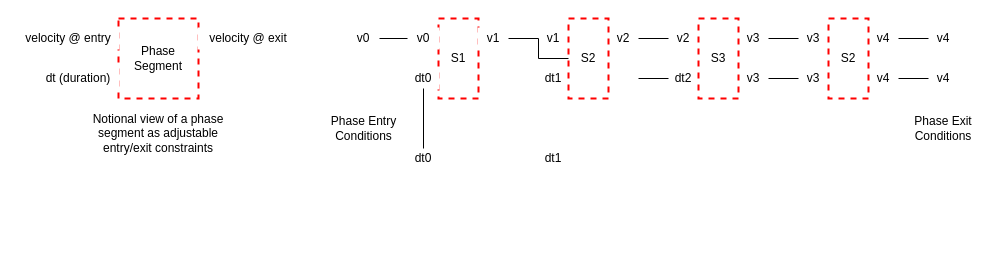
Before: page "Page-2" (2 of 3) of case_studies/mars_entry_descent_landing/figures/segment-contracts.drawio in pacti-org/pacti, a draw.io diagram. Source tidied: cells renumbered, new cells numbered last; positions are measured from the earlier drawing's top-left corner, leaving out a move shared by most shapes. Both pictures are drawn from the tidied source at 100%, with x=0, y=0 at pixel (18, -42).
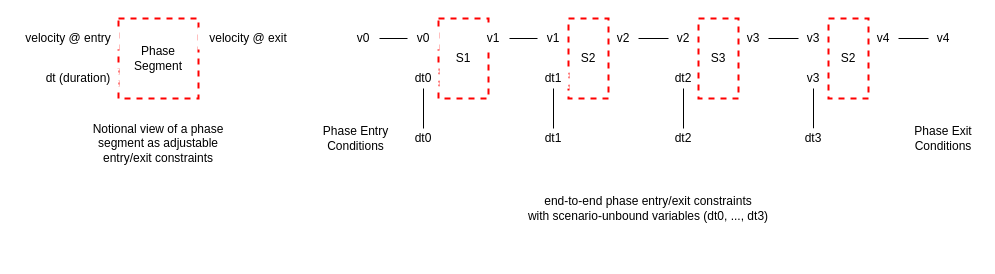
The same page after the edit.

The change refers to these unchanged cells:
```xml
<mxCell id="11" style="group;" parent="1" vertex="1">
  <mxGeometry x="390" y="60" width="100" height="80" as="geometry" />
</mxCell>
<mxCell id="16" style="group;" parent="1" vertex="1">
  <mxGeometry x="520" y="60" width="100" height="80" as="geometry" />
</mxCell>
<mxCell id="20" value="S2" style="rounded=0;whiteSpace=wrap;html=1;strokeWidth=2;strokeColor=#FF0000;dashed=1;" parent="16" vertex="1">
  <mxGeometry x="30" width="40" height="80" as="geometry" />
</mxCell>
<mxCell id="21" style="group;" parent="1" vertex="1">
  <mxGeometry x="650" y="60" width="100" height="80" as="geometry" />
</mxCell>
<mxCell id="27" style="group;" parent="1" vertex="1">
  <mxGeometry x="780" y="60" width="100" height="80" as="geometry" />
</mxCell>
```

The edit, as a diff of the source:
```diff
@@
-    <mxCell id="3" value="dt (duration)" style="rounded=0;whiteSpace=wrap;html=1;strokeColor=#FFFFFF;strokeWidth=2;" parent="1" vertex="1">
+    <mxCell id="3" value="dt (duration)" style="rounded=0;whiteSpace=wrap;html=1;strokeColor=#FFFFFF;strokeWidth=2;dashed=1;dashPattern=1 1;" parent="1" vertex="1">
       <mxGeometry x="20" y="110" width="80" height="20" as="geometry" />
     </mxCell>
@@
     <mxCell id="6" value="Notional view of a phase segment as adjustable entry/exit constraints" style="text;html=1;strokeColor=none;fillColor=none;align=center;verticalAlign=middle;whiteSpace=wrap;rounded=0;" parent="1" vertex="1">
-      <mxGeometry x="60" y="150" width="160" height="50" as="geometry" />
+      <mxGeometry x="60" y="160" width="160" height="50" as="geometry" />
     </mxCell>
@@
-    <mxCell id="10" value="dt0" style="rounded=0;whiteSpace=wrap;html=1;strokeColor=#FFFFFF;strokeWidth=2;" parent="1" vertex="1">
-      <mxGeometry x="390" y="190" width="30" height="20" as="geometry" />
+    <mxCell id="10" value="dt0" style="rounded=0;whiteSpace=wrap;html=1;strokeColor=#FFFFFF;strokeWidth=2;dashed=1;dashPattern=1 1;" parent="1" vertex="1">
+      <mxGeometry x="390" y="170" width="30" height="20" as="geometry" />
     </mxCell>
@@
     <mxCell id="12" value="S1" style="rounded=0;whiteSpace=wrap;html=1;strokeWidth=2;strokeColor=#FF0000;dashed=1;" parent="11" vertex="1">
-      <mxGeometry x="30" width="40" height="80" as="geometry" />
+      <mxGeometry x="30" width="50" height="80" as="geometry" />
     </mxCell>
@@
+    <mxCell id="15" value="v1" style="rounded=0;whiteSpace=wrap;html=1;strokeColor=#FFFFFF;strokeWidth=2;" parent="11" vertex="1">
+      <mxGeometry x="70" y="10" width="30" height="20" as="geometry" />
+    </mxCell>
-    <mxCell id="14" value="dt0" style="rounded=0;whiteSpace=wrap;html=1;strokeColor=#FFFFFF;strokeWidth=2;" parent="11" vertex="1">
+    <mxCell id="14" value="dt0" style="rounded=0;whiteSpace=wrap;html=1;strokeColor=#FFFFFF;strokeWidth=2;dashed=1;dashPattern=1 1;" parent="11" vertex="1">
       <mxGeometry y="50" width="30" height="20" as="geometry" />
     </mxCell>
-    <mxCell id="15" value="v1" style="rounded=0;whiteSpace=wrap;html=1;strokeColor=#FFFFFF;strokeWidth=2;" parent="11" vertex="1">
-      <mxGeometry x="70" y="10" width="30" height="20" as="geometry" />
-    </mxCell>
@@
-    <mxCell id="18" value="dt1" style="rounded=0;whiteSpace=wrap;html=1;strokeColor=#FFFFFF;strokeWidth=2;" parent="16" vertex="1">
-      <mxGeometry y="50" width="30" height="20" as="geometry" />
-    </mxCell>
@@
+    <mxCell id="18" value="dt1" style="rounded=0;whiteSpace=wrap;html=1;strokeColor=#FFFFFF;strokeWidth=2;dashed=1;dashPattern=1 1;" parent="16" vertex="1">
+      <mxGeometry y="50" width="30" height="20" as="geometry" />
+    </mxCell>
@@
-    <mxCell id="23" value="dt2" style="rounded=0;whiteSpace=wrap;html=1;strokeColor=#FFFFFF;strokeWidth=2;" parent="21" vertex="1">
+    <mxCell id="23" value="dt2" style="rounded=0;whiteSpace=wrap;html=1;strokeColor=#FFFFFF;strokeWidth=2;dashed=1;dashPattern=1 1;" parent="21" vertex="1">
       <mxGeometry y="50" width="30" height="20" as="geometry" />
     </mxCell>
@@
-    <mxCell id="25" value="v3" style="rounded=0;whiteSpace=wrap;html=1;strokeColor=#FFFFFF;strokeWidth=2;" parent="21" vertex="1">
-      <mxGeometry x="70" y="50" width="30" height="20" as="geometry" />
-    </mxCell>
@@
-    <mxCell id="29" value="v3" style="rounded=0;whiteSpace=wrap;html=1;strokeColor=#FFFFFF;strokeWidth=2;" parent="27" vertex="1">
+    <mxCell id="29" value="v3" style="rounded=0;whiteSpace=wrap;html=1;strokeColor=#FFFFFF;strokeWidth=2;dashed=1;dashPattern=1 1;" parent="27" vertex="1">
       <mxGeometry y="50" width="30" height="20" as="geometry" />
     </mxCell>
@@
-    <mxCell id="31" value="v4" style="rounded=0;whiteSpace=wrap;html=1;strokeColor=#FFFFFF;strokeWidth=2;" parent="27" vertex="1">
-      <mxGeometry x="70" y="50" width="30" height="20" as="geometry" />
-    </mxCell>
@@
-    <mxCell id="34" style="edgeStyle=orthogonalEdgeStyle;rounded=0;jettySize=auto;html=1;entryX=0;entryY=0.5;entryDx=0;entryDy=0;endArrow=none;endFill=0;" parent="1" edge="1" target="23">
-      <mxGeometry relative="1" as="geometry">
-        <mxPoint x="620" y="120" as="sourcePoint" />
-      </mxGeometry>
-    </mxCell>
-    <mxCell id="35" style="edgeStyle=orthogonalEdgeStyle;rounded=0;jettySize=auto;html=1;exitX=1;exitY=0.5;exitDx=0;exitDy=0;entryX=0;entryY=0.5;entryDx=0;entryDy=0;endArrow=none;endFill=0;" parent="1" edge="1" source="25" target="29">
-      <mxGeometry relative="1" as="geometry" />
-    </mxCell>
@@
-    <mxCell id="38" value="v4" style="rounded=0;whiteSpace=wrap;html=1;strokeColor=#FFFFFF;strokeWidth=2;" parent="1" vertex="1">
-      <mxGeometry x="910" y="110" width="30" height="20" as="geometry" />
-    </mxCell>
@@
-    <mxCell id="40" style="edgeStyle=orthogonalEdgeStyle;rounded=0;jettySize=auto;html=1;exitX=1;exitY=0.5;exitDx=0;exitDy=0;entryX=0;entryY=0.5;entryDx=0;entryDy=0;endArrow=none;endFill=0;" parent="1" edge="1" source="31" target="38">
-      <mxGeometry relative="1" as="geometry" />
-    </mxCell>
     <mxCell id="41" value="Phase Entry&lt;br&gt;Conditions" style="text;html=1;strokeColor=none;fillColor=none;align=center;verticalAlign=middle;whiteSpace=wrap;rounded=0;" parent="1" vertex="1">
-      <mxGeometry x="308" y="150" width="75" height="40" as="geometry" />
+      <mxGeometry x="300" y="160" width="75" height="40" as="geometry" />
     </mxCell>
     <mxCell id="42" value="Phase Exit&lt;br&gt;Conditions" style="text;html=1;strokeColor=none;fillColor=none;align=center;verticalAlign=middle;whiteSpace=wrap;rounded=0;" parent="1" vertex="1">
-      <mxGeometry x="890" y="150" width="70" height="40" as="geometry" />
+      <mxGeometry x="890" y="160" width="70" height="40" as="geometry" />
     </mxCell>
     <mxCell id="43" style="shape=curlyBracket;whiteSpace=wrap;html=1;rounded=1;labelPosition=left;verticalLabelPosition=middle;align=right;verticalAlign=middle;strokeColor=#FFFFFF;strokeWidth=2;rotation=-90;" parent="1" vertex="1">
-      <mxGeometry x="630" width="20" height="575" as="geometry" />
+      <mxGeometry x="620" y="-70" width="20" height="575" as="geometry" />
     </mxCell>
-    <mxCell id="44" style="edgeStyle=orthogonalEdgeStyle;rounded=0;jettySize=auto;html=1;endArrow=none;endFill=0;" parent="1" edge="1" source="15" target="20">
-      <mxGeometry relative="1" as="geometry" />
-    </mxCell>
@@
-    <mxCell id="46" value="dt1" style="rounded=0;whiteSpace=wrap;html=1;strokeColor=#FFFFFF;strokeWidth=2;" parent="1" vertex="1">
-      <mxGeometry x="520" y="190" width="30" height="20" as="geometry" />
+    <mxCell id="46" value="dt1" style="rounded=0;whiteSpace=wrap;html=1;strokeColor=#FFFFFF;strokeWidth=2;dashed=1;dashPattern=1 1;" parent="1" vertex="1">
+      <mxGeometry x="520" y="170" width="30" height="20" as="geometry" />
     </mxCell>
+    <mxCell id="47" style="edgeStyle=orthogonalEdgeStyle;rounded=0;jettySize=auto;html=1;entryX=0.5;entryY=0;entryDx=0;entryDy=0;endArrow=none;endFill=0;" parent="1" edge="1" source="18" target="46">
+      <mxGeometry relative="1" as="geometry" />
+    </mxCell>
+    <mxCell id="48" value="dt2" style="rounded=0;whiteSpace=wrap;html=1;strokeColor=#FFFFFF;strokeWidth=2;dashed=1;dashPattern=1 1;" parent="1" vertex="1">
+      <mxGeometry x="650" y="170" width="30" height="20" as="geometry" />
+    </mxCell>
+    <mxCell id="49" style="edgeStyle=orthogonalEdgeStyle;rounded=0;jettySize=auto;html=1;entryX=0.5;entryY=1;entryDx=0;entryDy=0;endArrow=none;endFill=0;" parent="1" edge="1" source="50" target="29">
+      <mxGeometry relative="1" as="geometry" />
+    </mxCell>
+    <mxCell id="50" value="dt3" style="rounded=0;whiteSpace=wrap;html=1;strokeColor=#FFFFFF;strokeWidth=2;dashed=1;dashPattern=1 1;" parent="1" vertex="1">
+      <mxGeometry x="780" y="170" width="30" height="20" as="geometry" />
+    </mxCell>
+    <mxCell id="51" style="edgeStyle=orthogonalEdgeStyle;rounded=0;jettySize=auto;html=1;entryX=0.5;entryY=0;entryDx=0;entryDy=0;endArrow=none;endFill=0;" parent="1" edge="1" source="23" target="48">
+      <mxGeometry relative="1" as="geometry" />
+    </mxCell>
+    <mxCell id="52" value="end-to-end phase entry/exit constraints&lt;br&gt;with scenario-unbound variables (dt0, ..., dt3)" style="text;html=1;strokeColor=none;fillColor=none;align=center;verticalAlign=middle;whiteSpace=wrap;rounded=0;" parent="1" vertex="1">
+      <mxGeometry x="505" y="220" width="250" height="60" as="geometry" />
+    </mxCell>
```
